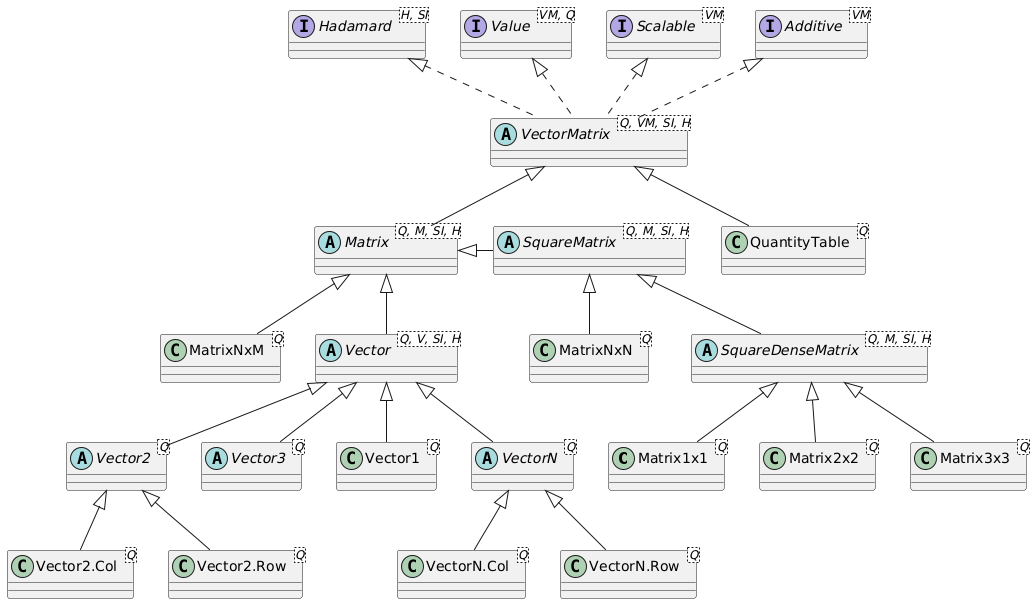
averbraeck/djunits keeps this PlantUML diagram as docs/images/vector-matrix.png. Above is the earlier version.
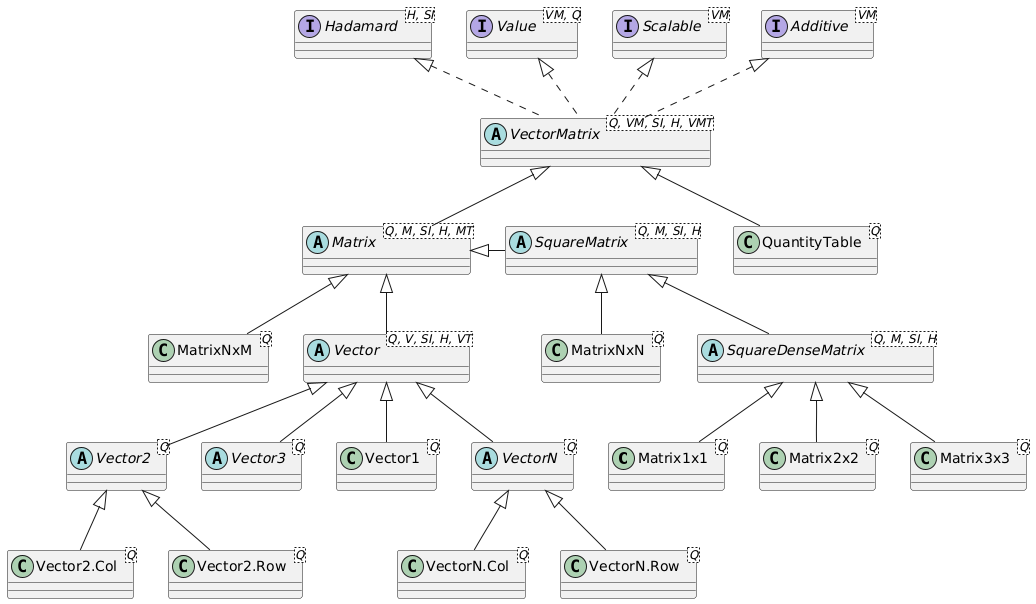
The same file after the commit.

Diff of the diagram source:
```diff
@@ -14,9 +14,9 @@
 abstract class VectorN<Q>
 class QuantityTable<Q>
 
-abstract class VectorMatrix<Q, VM, SI, H>
-abstract class Matrix<Q, M, SI, H>
-abstract class Vector<Q, V, SI, H>
+abstract class VectorMatrix<Q, VM, SI, H, VMT>
+abstract class Matrix<Q, M, SI, H, MT>
+abstract class Vector<Q, V, SI, H, VT>
 abstract class SquareMatrix<Q, M, SI, H>
 abstract class SquareDenseMatrix<Q, M, SI, H>
 
```
